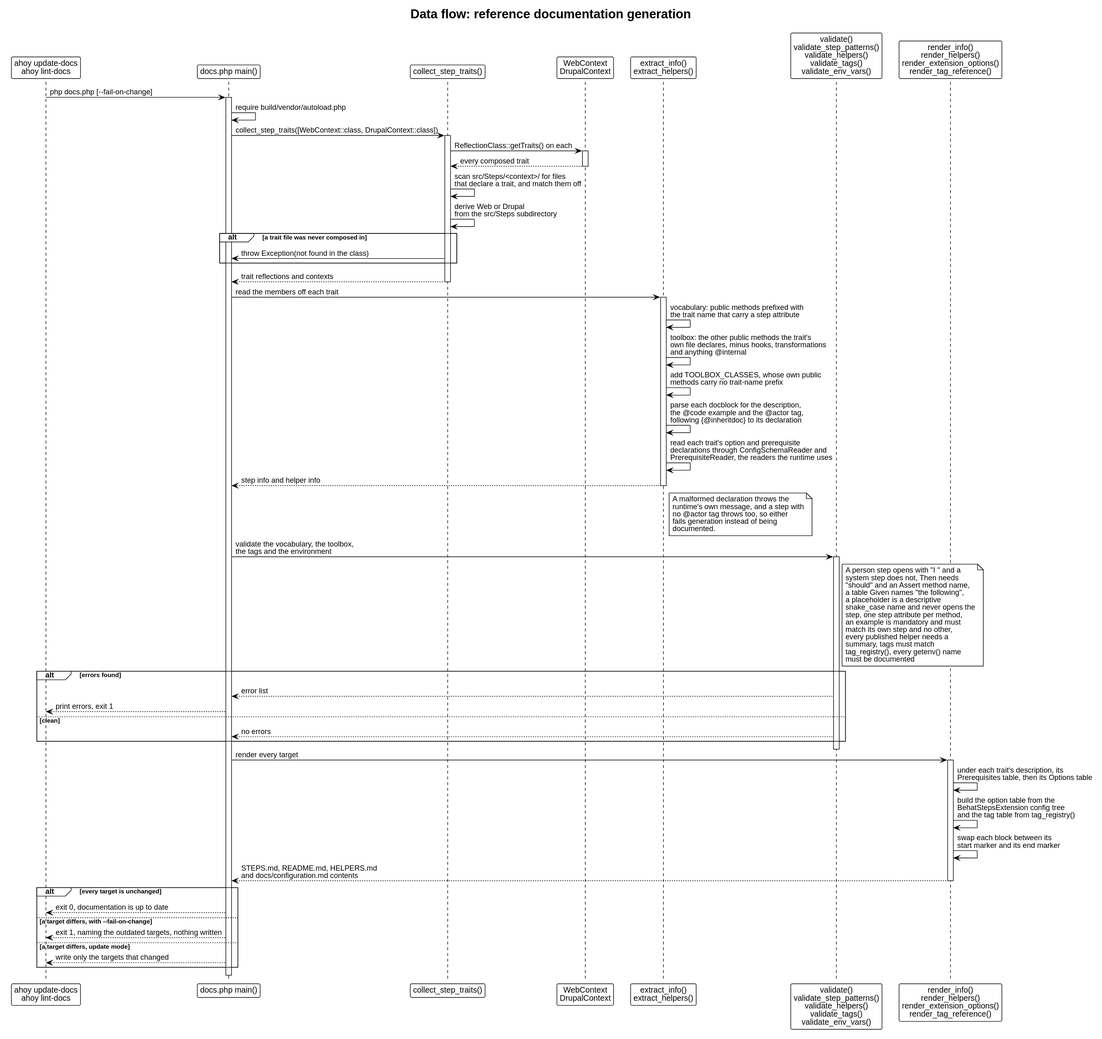
drevops/behat-steps keeps this PlantUML diagram as docs/architecture/dataflow-docs.svg. Above is the earlier version.
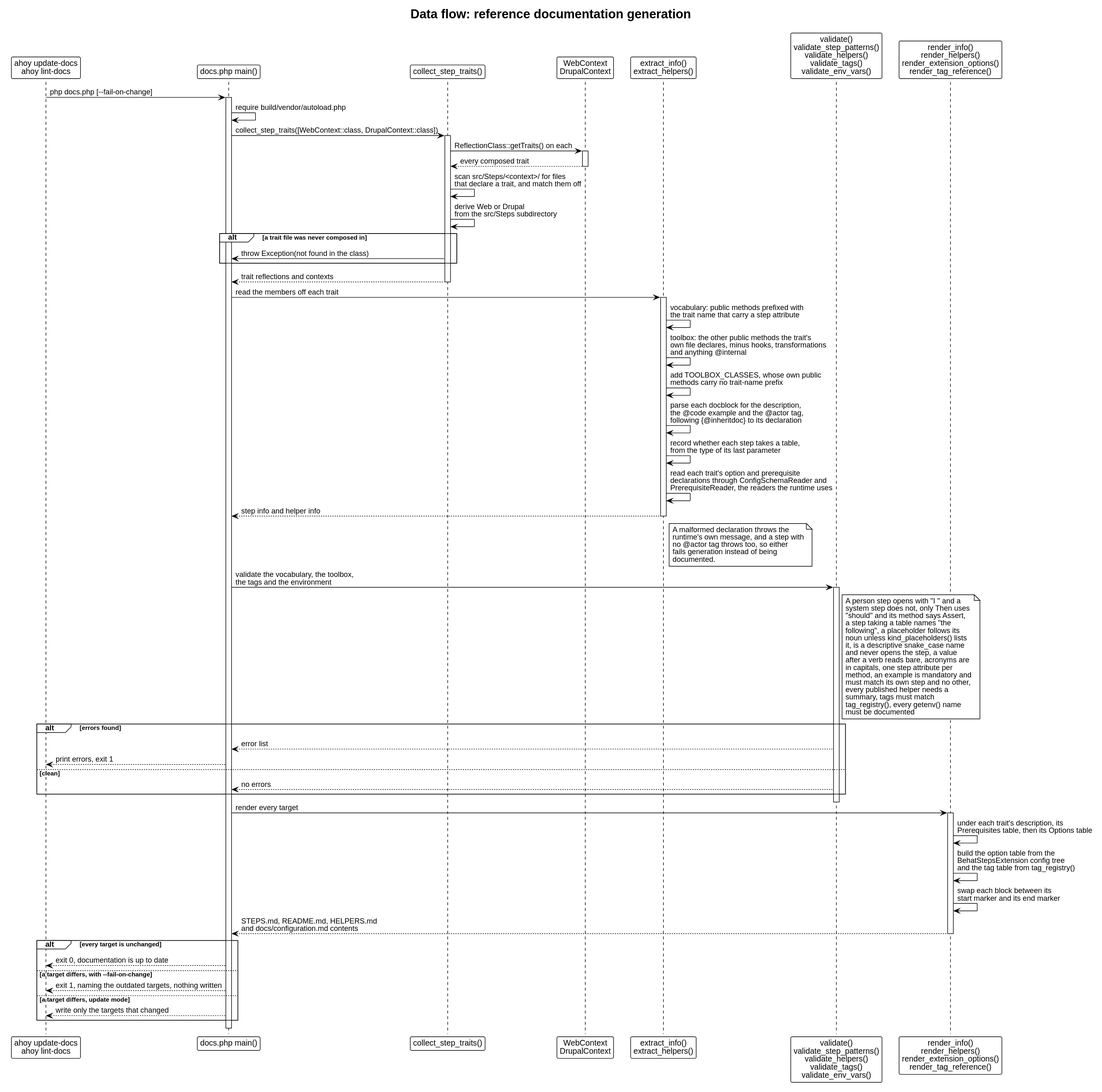
The same diagram one commit later.

The edit, as a diff of the source:
```diff
@@ -38,6 +38,7 @@
 Extract -> Extract: toolbox: the other public methods the trait's\nown file declares, minus hooks, transformations\nand anything @internal
 Extract -> Extract: add TOOLBOX_CLASSES, whose own public\nmethods carry no trait-name prefix
 Extract -> Extract: parse each docblock for the description,\nthe @code example and the @actor tag,\nfollowing {@inheritdoc} to its declaration
+Extract -> Extract: record whether each step takes a table,\nfrom the type of its last parameter
 Extract -> Extract: read each trait's option and prerequisite\ndeclarations through ConfigSchemaReader and\nPrerequisiteReader, the readers the runtime uses
 Extract --> Main: step info and helper info
 note right of Extract
@@ -53,14 +54,17 @@
 activate Validate
 note right of Validate
   A person step opens with "I " and a
-  system step does not, Then needs
-  "should" and an Assert method name,
-  a table Given names "the following",
-  a placeholder is a descriptive
-  snake_case name and never opens the
-  step, one step attribute per method,
-  an example is mandatory and must
-  match its own step and no other,
+  system step does not, only Then uses
+  "should" and its method says Assert,
+  a step taking a table names "the
+  following", a placeholder follows its
+  noun unless kind_placeholders() lists
+  it, is a descriptive snake_case name
+  and never opens the step, a value
+  after a verb reads bare, acronyms are
+  in capitals, one step attribute per
+  method, an example is mandatory and
+  must match its own step and no other,
   every published helper needs a
   summary, tags must match
   tag_registry(), every getenv() name
```
